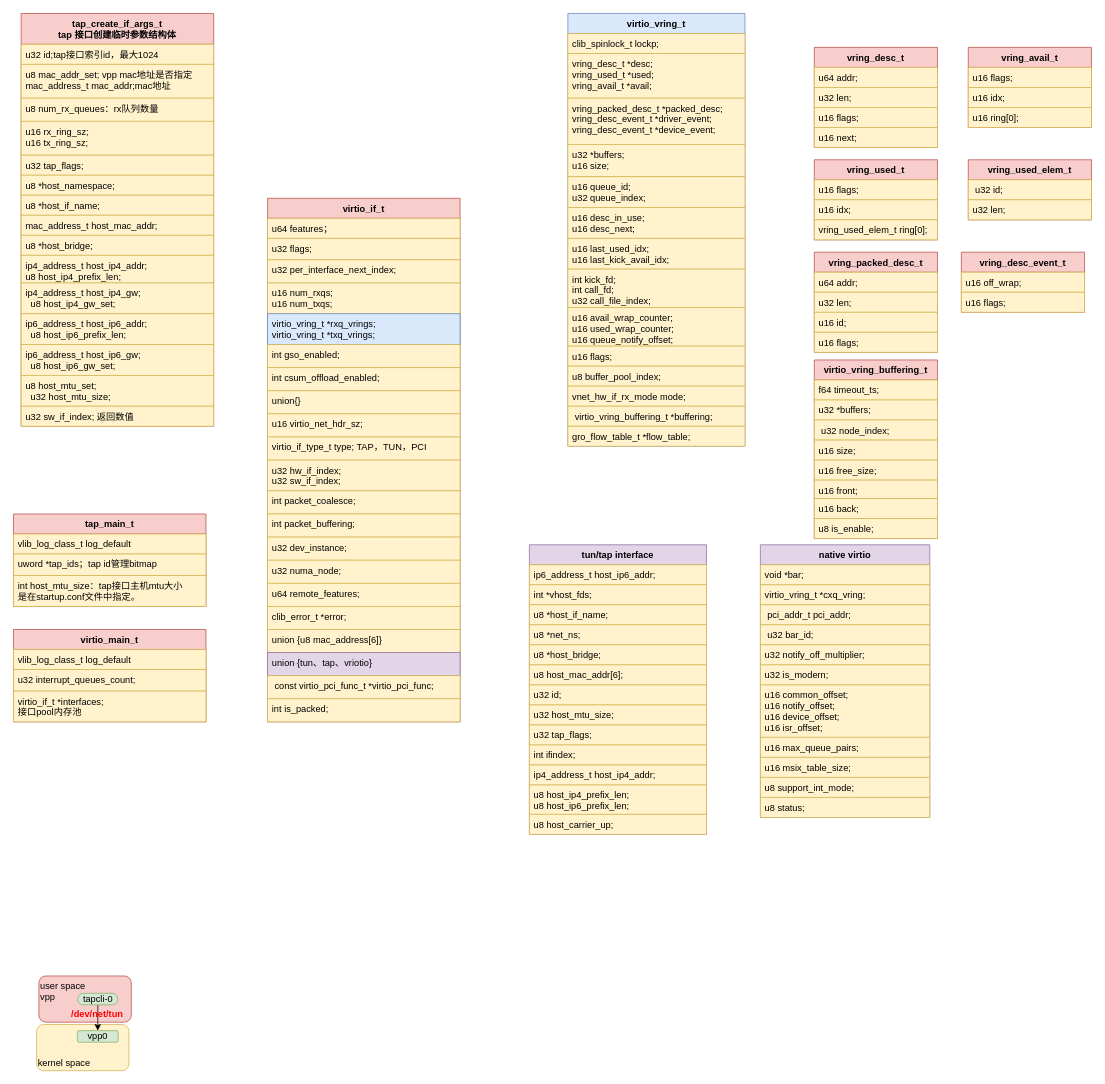
Earlier version of the draw.io diagram new_map/vpp tap.drawio (jin13417/dpdk-vpp-learning). Source tidied: cells renumbered, new cells numbered last; positions are measured from the earlier drawing's top-left corner, leaving out a move shared by most shapes. Both pictures are drawn from the tidied source at 77%, with x=0, y=0 at pixel (13, 13).
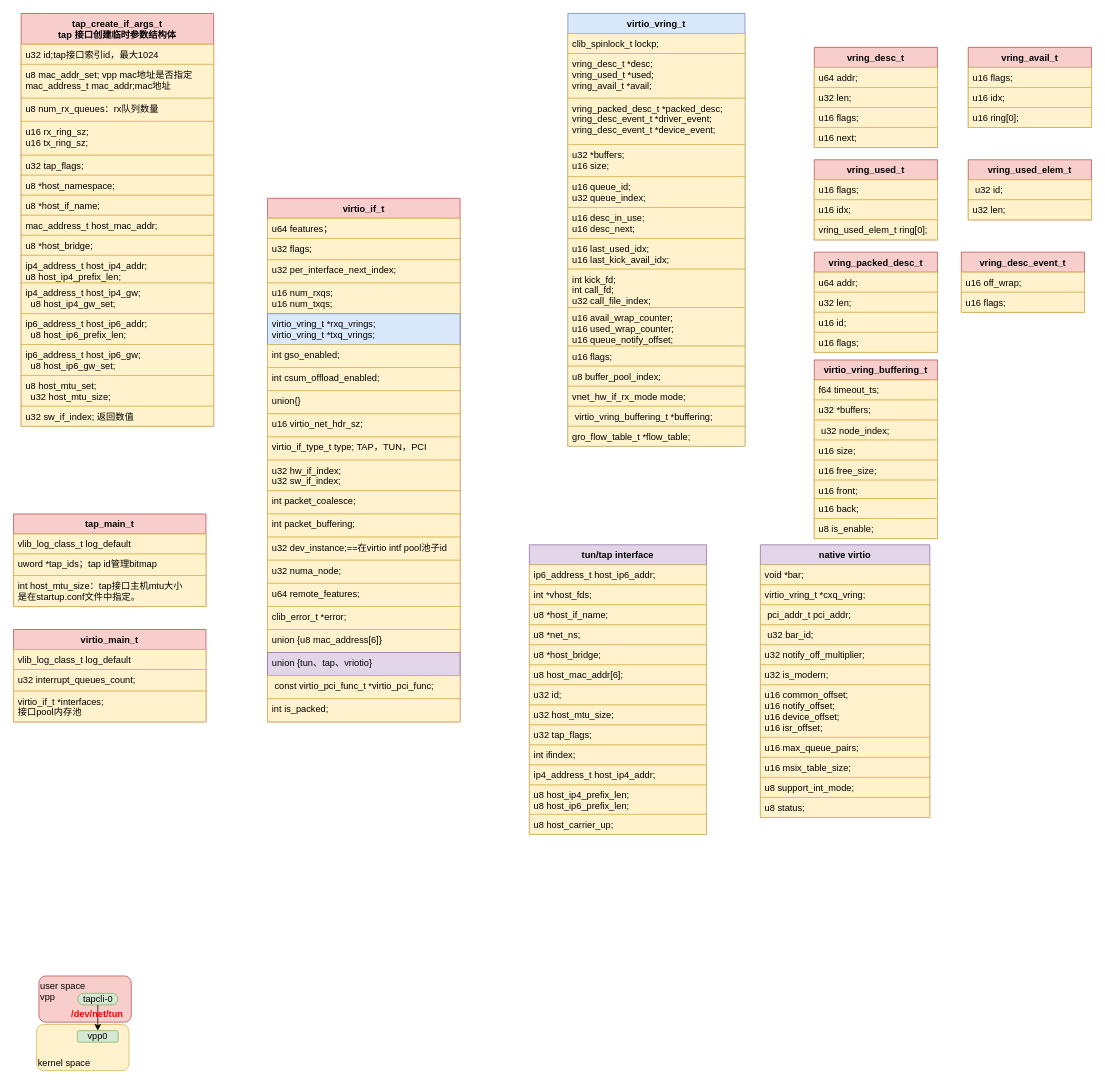
The same page after the edit.

Unchanged cells that the change refers to:
```xml
<mxCell id="32" value="virtio_if_t" style="swimlane;fontStyle=1;align=center;verticalAlign=top;horizontal=1;startSize=26;fillColor=#f8cecc;strokeColor=#b85450;" parent="1" vertex="1">
  <mxGeometry x="330" y="240" width="250" height="680" as="geometry" />
</mxCell>
```

Diff of the diagram source:
```diff
@@
-    <mxCell id="46" value="u32 dev_instance;" style="text;strokeColor=#d6b656;fillColor=#fff2cc;align=left;verticalAlign=top;spacingLeft=4;spacingRight=4;overflow=hidden;" parent="32" vertex="1">
+    <mxCell id="46" value="u32 dev_instance;==在virtio intf pool池子id" style="text;strokeColor=#d6b656;fillColor=#fff2cc;align=left;verticalAlign=top;spacingLeft=4;spacingRight=4;overflow=hidden;" parent="32" vertex="1">
       <mxGeometry y="440" width="250" height="30" as="geometry" />
     </mxCell>
```
